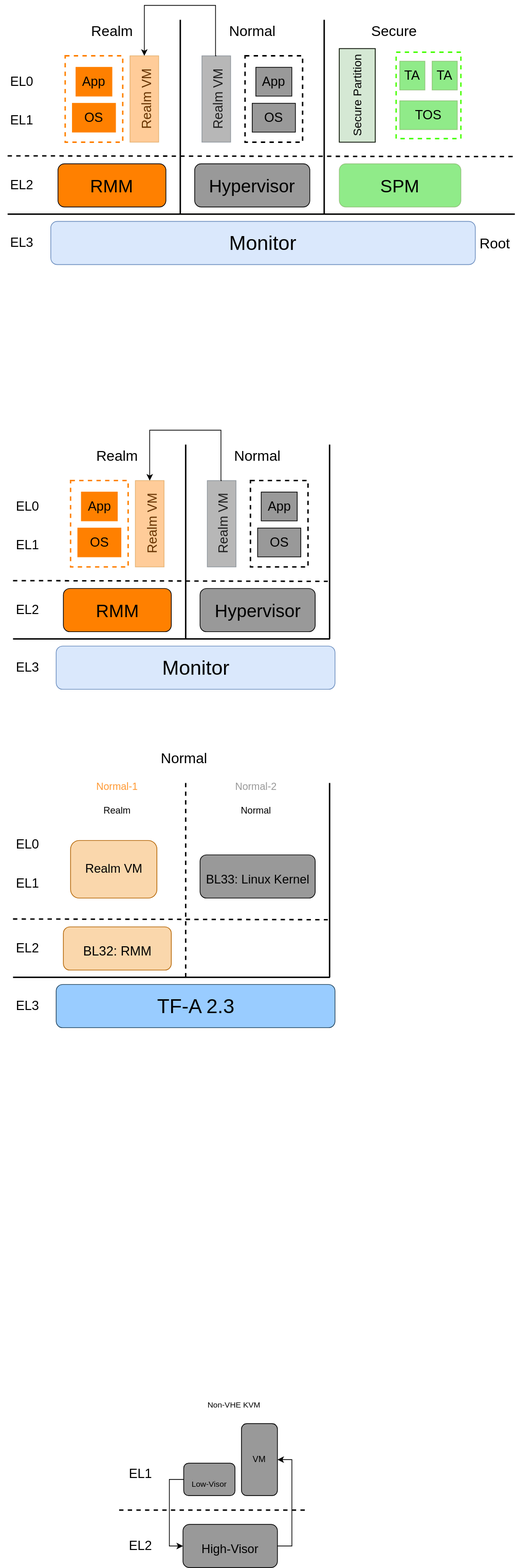
The draw.io diagram CCA_soft.svg in EdisonE3/vue_learn, before a commit. Source tidied: cells renumbered, new cells last; positions are measured from the earlier drawing's top-left corner, leaving out a move shared by most shapes.
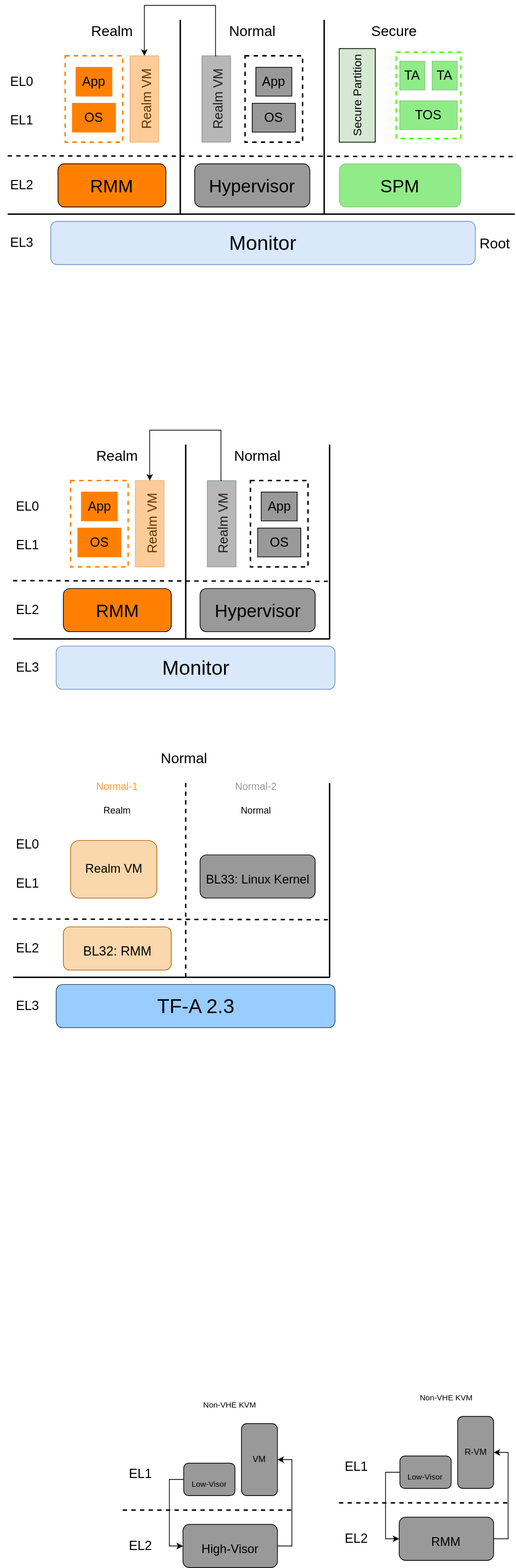
Above is the later version.

What changed in the source:
```diff
@@ -279,8 +279,8 @@
     </mxCell>
     <mxCell id="77" style="endArrow=none;html=1;rounded=0;fontSize=28;dashed=1;strokeWidth=2;" parent="1" edge="1">
       <mxGeometry relative="1" as="geometry">
-        <mxPoint x="165" y="2090" as="sourcePoint" />
-        <mxPoint x="425" y="2090" as="targetPoint" />
+        <mxPoint x="170" y="2090" as="sourcePoint" />
+        <mxPoint x="405.4" y="2090" as="targetPoint" />
       </mxGeometry>
     </mxCell>
     <mxCell id="78" style="edgeStyle=orthogonalEdgeStyle;rounded=0;jettySize=auto;html=1;exitX=0;exitY=0.5;exitDx=0;exitDy=0;entryX=0;entryY=0.5;entryDx=0;entryDy=0;" parent="1" edge="1" source="79" target="84">
@@ -293,7 +293,7 @@
       <mxGeometry x="164.5" y="2025" width="60" height="30" as="geometry" />
     </mxCell>
     <mxCell id="81" value="&lt;font style=&quot;font-size: 11px;&quot;&gt;Non-VHE KVM&lt;/font&gt;" style="text;html=1;strokeColor=none;fillColor=none;align=center;verticalAlign=middle;whiteSpace=wrap;rounded=0;fontSize=20;opacity=70;" parent="1" vertex="1">
-      <mxGeometry x="265" y="1930" width="120" height="20" as="geometry" />
+      <mxGeometry x="259.4" y="1930" width="120" height="20" as="geometry" />
     </mxCell>
     <mxCell id="82" value="EL2" style="text;html=1;strokeColor=none;fillColor=none;align=center;verticalAlign=middle;whiteSpace=wrap;rounded=0;fontSize=18;" parent="1" vertex="1">
       <mxGeometry x="164.5" y="2125" width="60" height="30" as="geometry" />
@@ -307,5 +307,35 @@
     <mxCell id="85" value="VM" style="rounded=1;whiteSpace=wrap;html=1;fillColor=#999999;" parent="1" vertex="1">
       <mxGeometry x="335" y="1970" width="50" height="100" as="geometry" />
     </mxCell>
+    <mxCell id="86" style="endArrow=none;html=1;rounded=0;fontSize=28;dashed=1;strokeWidth=2;" parent="1" edge="1">
+      <mxGeometry relative="1" as="geometry">
+        <mxPoint x="470.5" y="2080" as="sourcePoint" />
+        <mxPoint x="705.9" y="2080" as="targetPoint" />
+      </mxGeometry>
+    </mxCell>
+    <mxCell id="87" style="edgeStyle=orthogonalEdgeStyle;rounded=0;jettySize=auto;html=1;exitX=0;exitY=0.5;exitDx=0;exitDy=0;entryX=0;entryY=0.5;entryDx=0;entryDy=0;" parent="1" edge="1" source="88" target="93">
+      <mxGeometry relative="1" as="geometry" />
+    </mxCell>
+    <mxCell id="88" value="&lt;font style=&quot;font-size: 11px;&quot;&gt;Low-Visor&lt;br&gt;&lt;/font&gt;" style="rounded=1;whiteSpace=wrap;html=1;fontSize=28;fillColor=#999999;" parent="1" vertex="1">
+      <mxGeometry x="555.2" y="2015" width="71.2" height="45" as="geometry" />
+    </mxCell>
+    <mxCell id="89" value="EL1" style="text;html=1;strokeColor=none;fillColor=none;align=center;verticalAlign=middle;whiteSpace=wrap;rounded=0;fontSize=18;" parent="1" vertex="1">
+      <mxGeometry x="465" y="2015" width="60" height="30" as="geometry" />
+    </mxCell>
+    <mxCell id="90" value="&lt;font style=&quot;font-size: 11px;&quot;&gt;Non-VHE KVM&lt;/font&gt;" style="text;html=1;strokeColor=none;fillColor=none;align=center;verticalAlign=middle;whiteSpace=wrap;rounded=0;fontSize=20;opacity=70;" parent="1" vertex="1">
+      <mxGeometry x="559.9" y="1920" width="120" height="20" as="geometry" />
+    </mxCell>
+    <mxCell id="91" value="EL2" style="text;html=1;strokeColor=none;fillColor=none;align=center;verticalAlign=middle;whiteSpace=wrap;rounded=0;fontSize=18;" parent="1" vertex="1">
+      <mxGeometry x="465" y="2115" width="60" height="30" as="geometry" />
+    </mxCell>
+    <mxCell id="92" style="edgeStyle=orthogonalEdgeStyle;rounded=0;jettySize=auto;html=1;exitX=1;exitY=0.5;exitDx=0;exitDy=0;entryX=1;entryY=0.5;entryDx=0;entryDy=0;" parent="1" edge="1" source="93" target="94">
+      <mxGeometry relative="1" as="geometry" />
+    </mxCell>
+    <mxCell id="93" value="&lt;span style=&quot;font-size: 17px;&quot;&gt;RMM&lt;/span&gt;" style="rounded=1;whiteSpace=wrap;html=1;fontSize=28;fillColor=#999999;" parent="1" vertex="1">
+      <mxGeometry x="554.2" y="2100" width="131.2" height="60" as="geometry" />
+    </mxCell>
+    <mxCell id="94" value="R-VM" style="rounded=1;whiteSpace=wrap;html=1;fillColor=#999999;" parent="1" vertex="1">
+      <mxGeometry x="635.5" y="1960" width="50" height="100" as="geometry" />
+    </mxCell>
   </root>
 </mxGraphModel>
```
